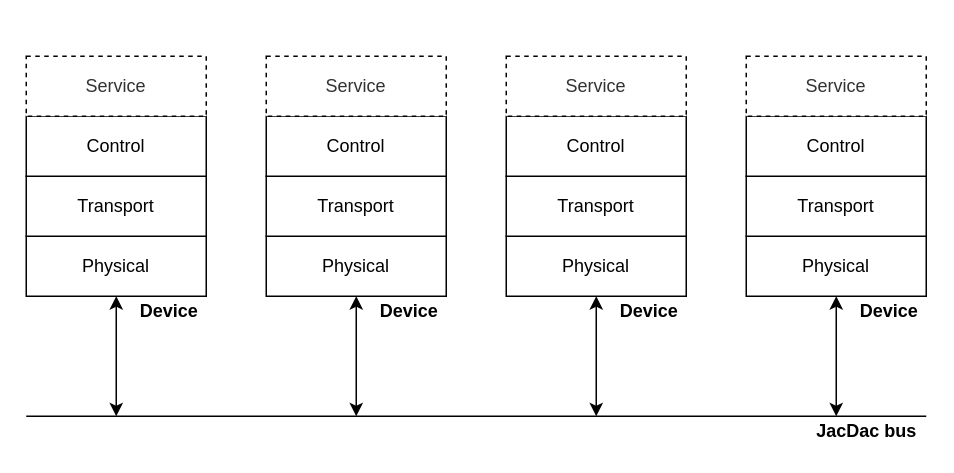
The draw.io diagram spec/images/jacdac-stack.drawio in microsoft/jacdac, before the edit. Source tidied: cells renumbered, new cells numbered last; positions are measured from the earlier drawing's top-left corner, leaving out a move shared by most shapes. Both pictures are drawn from the tidied source at 150%, with x=0, y=0 at pixel (26, 56).
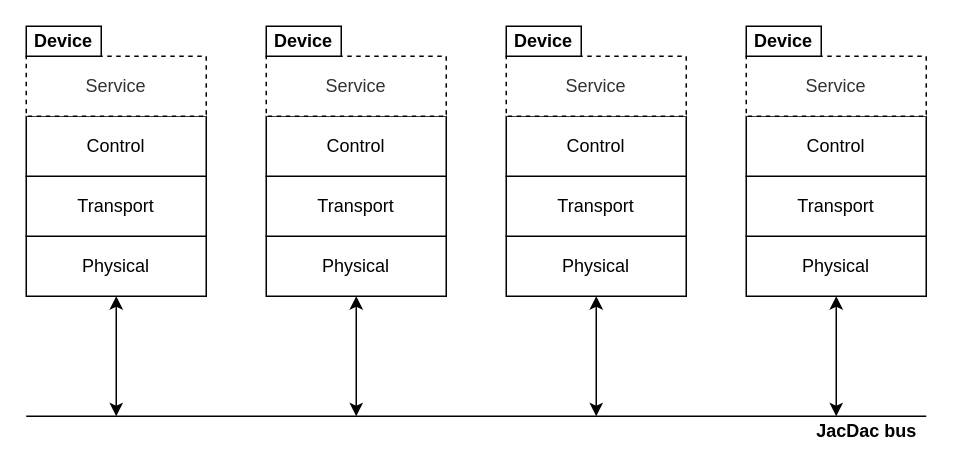
After the change.

The edit, as a diff of the source:
```diff
@@
-    <mxCell id="24" value="&lt;b&gt;Device&lt;/b&gt;" style="text;html=1;align=center;verticalAlign=middle;" parent="1" vertex="1">
-      <mxGeometry x="550" y="160" width="50" height="20" as="geometry" />
-    </mxCell>
-    <mxCell id="25" value="&lt;b&gt;Device&lt;/b&gt;" style="text;html=1;align=center;verticalAlign=middle;" parent="1" vertex="1">
-      <mxGeometry x="390" y="160" width="50" height="20" as="geometry" />
-    </mxCell>
-    <mxCell id="26" value="&lt;b&gt;Device&lt;/b&gt;" style="text;html=1;align=center;verticalAlign=middle;" parent="1" vertex="1">
-      <mxGeometry x="70" y="160" width="50" height="20" as="geometry" />
-    </mxCell>
-    <mxCell id="27" value="&lt;b&gt;Device&lt;/b&gt;" style="text;html=1;align=center;verticalAlign=middle;" parent="1" vertex="1">
-      <mxGeometry x="230" y="160" width="50" height="20" as="geometry" />
-    </mxCell>
+    <mxCell id="28" value="Device" style="rounded=0;whiteSpace=wrap;html=1;fontStyle=1;" parent="1" vertex="1">
+      <mxGeometry y="-20" width="50" height="20" as="geometry" />
+    </mxCell>
+    <mxCell id="29" value="Device" style="rounded=0;whiteSpace=wrap;html=1;fontStyle=1;" parent="1" vertex="1">
+      <mxGeometry x="160" y="-20" width="50" height="20" as="geometry" />
+    </mxCell>
+    <mxCell id="30" value="Device" style="rounded=0;whiteSpace=wrap;html=1;fontStyle=1;" parent="1" vertex="1">
+      <mxGeometry x="320" y="-20" width="50" height="20" as="geometry" />
+    </mxCell>
+    <mxCell id="31" value="Device" style="rounded=0;whiteSpace=wrap;html=1;fontStyle=1;" parent="1" vertex="1">
+      <mxGeometry x="480" y="-20" width="50" height="20" as="geometry" />
+    </mxCell>
```
